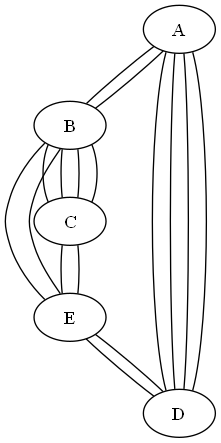
lucasszanotelli/TPA keeps this Graphviz diagram as grafos/arquivos/arquivo2.png. Above is the earlier version. Its source is kept beside it as grafos/arquivos/arquivo2.dot. Its diagram source:
```dot
graph G {
    A -- B;
    A -- D;
    A -- D;
    B -- E;
    B -- A;
    B -- C;
    B -- C;
    C -- B;
    C -- B;
    C -- E;
    D -- E;
    D -- A;
    D -- A;
    E -- B;
    E -- D;
    E -- C;
}
```
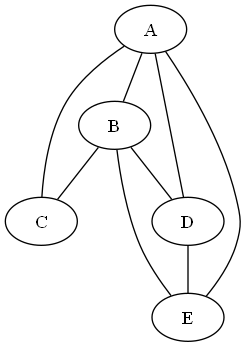
The same file after the commit.

The edit, as a diff of the source:
```diff
@@ -1,18 +1,15 @@
 graph G {
+    A;
+    B;
+    C;
+    D;
+    E;
     A -- B;
+    A -- C;
     A -- D;
-    A -- D;
+    A -- E;
+    B -- C;
+    B -- D;
     B -- E;
-    B -- A;
-    B -- C;
-    B -- C;
-    C -- B;
-    C -- B;
-    C -- E;
     D -- E;
-    D -- A;
-    D -- A;
-    E -- B;
-    E -- D;
-    E -- C;
 }
```
